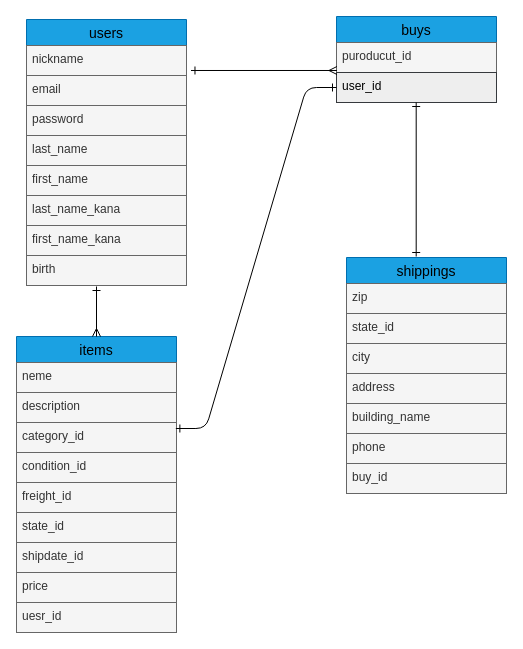
The draw.io diagram page "ページ1" (1 of 2) of frima.dio in kamoshidadesu/furima-38934, before the edit. Source tidied: cells renumbered, new cells numbered last; positions are measured from the earlier drawing's top-left corner, leaving out a move shared by most shapes. Both pictures are drawn from the tidied source at 100%, with x=0, y=0 at pixel (16, 16).
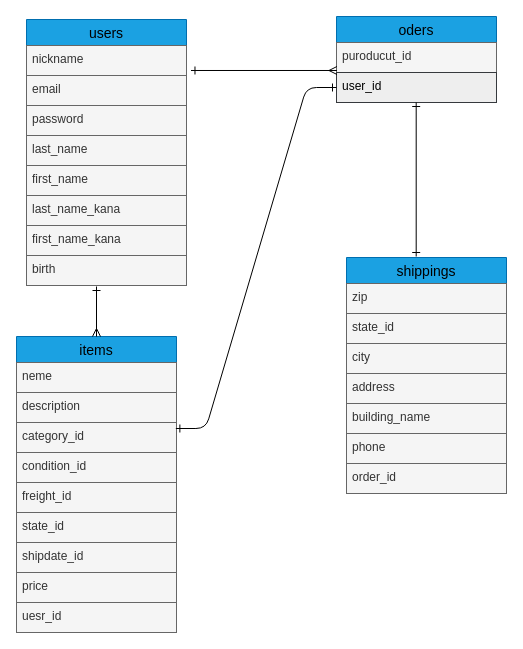
The same page after the edit.

Commit message (it also covers changes not shown here):
モデル名の変更（buy→order)

Unchanged cells that the change refers to:
```xml
<mxCell id="24" value="shippings" style="swimlane;fontStyle=0;horizontal=1;startSize=26;align=center;fontSize=14;fontColor=#000000;fillColor=#1ba1e2;strokeColor=#006EAF;" parent="1" vertex="1">
  <mxGeometry x="330" y="241" width="160" height="236" as="geometry" />
</mxCell>
```

Change to the diagram source:
```diff
@@
-    <mxCell id="11" value="buys" style="swimlane;fontStyle=0;horizontal=1;startSize=26;align=center;fontSize=14;fillColor=#1ba1e2;fontColor=#000000;strokeColor=#006EAF;" parent="1" vertex="1">
+    <mxCell id="11" value="oders" style="swimlane;fontStyle=0;horizontal=1;startSize=26;align=center;fontSize=14;fillColor=#1ba1e2;fontColor=#000000;strokeColor=#006EAF;" parent="1" vertex="1">
       <mxGeometry x="320" width="160" height="86" as="geometry" />
     </mxCell>
@@
-    <mxCell id="31" value="buy_id" style="text;strokeColor=#666666;fillColor=#f5f5f5;spacingLeft=4;spacingRight=4;overflow=hidden;fontSize=12;fontColor=#333333;" parent="24" vertex="1">
+    <mxCell id="31" value="order_id" style="text;strokeColor=#666666;fillColor=#f5f5f5;spacingLeft=4;spacingRight=4;overflow=hidden;fontSize=12;fontColor=#333333;" parent="24" vertex="1">
       <mxGeometry y="206" width="160" height="30" as="geometry" />
     </mxCell>
```
